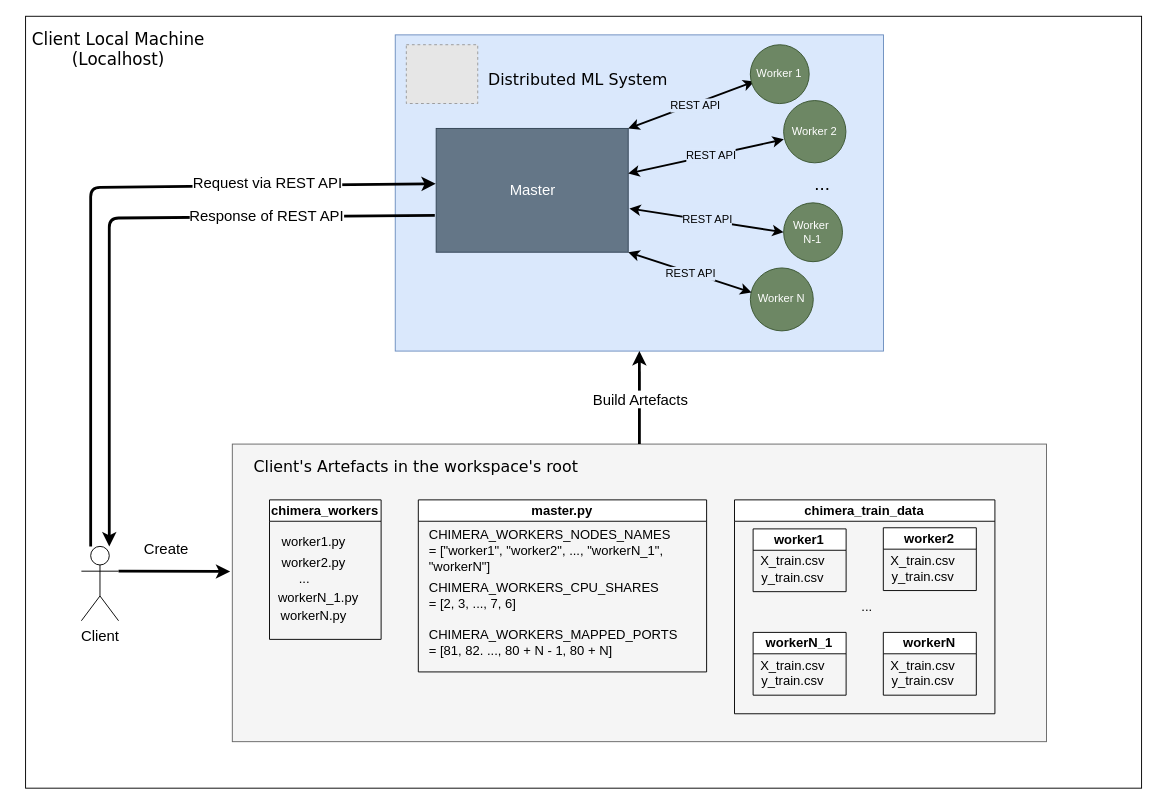
Earlier version of the draw.io diagram images/client/client_interactions.drawio (Samirnunes/chimera). Source tidied: cells renumbered, new cells numbered last; positions are measured from the earlier drawing's top-left corner, leaving out a move shared by most shapes. Both pictures are drawn from the tidied source at 93%, with x=0, y=0 at pixel (16, 16). Pictures stored in the file or linked from it are replaced by grey dashed boxes.
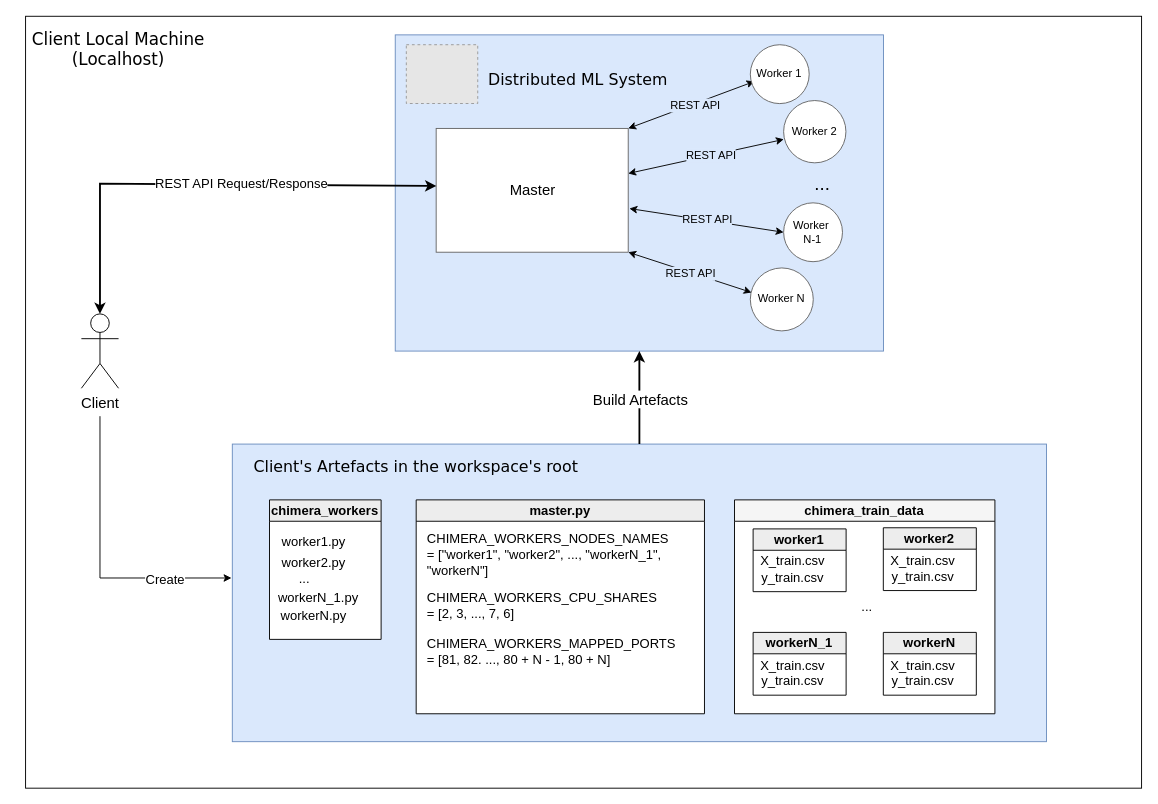
Above is the later version.

Unchanged cells that the change refers to:
```xml
<mxCell id="8" style="rounded=0;whiteSpace=wrap;html=1;fillColor=#dae8fc;strokeColor=#6c8ebf;" parent="7" vertex="1">
  <mxGeometry width="525" height="340" as="geometry" />
</mxCell>
<mxCell id="9" style="group;" parent="7" vertex="1">
  <mxGeometry x="11.9" y="10.6" width="489.2" height="308.1" as="geometry" />
</mxCell>
```

What changed in the source:
```diff
@@
-    <mxCell id="2" style="rounded=0;whiteSpace=wrap;html=1;" parent="1" vertex="1">
+    <mxCell id="2" style="rounded=0;whiteSpace=wrap;html=1;fillColor=light-dark(#ffffff, #212121);" parent="1" vertex="1">
       <mxGeometry x="10" width="1200" height="830" as="geometry" />
     </mxCell>
-    <mxCell id="3" style="rounded=0;whiteSpace=wrap;html=1;fillColor=#f5f5f5;strokeColor=#666666;fontColor=#333333;" parent="1" vertex="1">
+    <mxCell id="3" style="rounded=0;whiteSpace=wrap;html=1;fillColor=#dae8fc;strokeColor=#6c8ebf;" parent="1" vertex="1">
       <mxGeometry x="232.3" y="460" width="875.5" height="320" as="geometry" />
     </mxCell>
     <mxCell id="4" value="&lt;font style=&quot;font-size: 16px;&quot;&gt;Client&lt;/font&gt;" style="shape=umlActor;verticalLabelPosition=bottom;verticalAlign=top;html=1;outlineConnect=0;" parent="1" vertex="1">
-      <mxGeometry x="70" y="570" width="40" height="80" as="geometry" />
+      <mxGeometry x="70" y="320" width="40" height="80" as="geometry" />
     </mxCell>
@@
-    <mxCell id="10" value="&lt;font style=&quot;color: rgb(255, 255, 255); font-size: 16px;&quot;&gt;Master&lt;/font&gt;" style="rounded=0;whiteSpace=wrap;html=1;fillColor=#647687;strokeColor=#314354;fontColor=#ffffff;" parent="9" vertex="1">
+    <mxCell id="10" value="&lt;font style=&quot;font-size: 16px; color: rgb(0, 0, 0);&quot;&gt;Master&lt;/font&gt;" style="rounded=0;whiteSpace=wrap;html=1;fillColor=#FFFFFF;strokeColor=#666666;fontColor=#333333;" parent="9" vertex="1">
       <mxGeometry x="32.1" y="90" width="206.5" height="133.1" as="geometry" />
     </mxCell>
-    <mxCell id="11" style="endArrow=classic;startArrow=classic;html=1;exitX=1;exitY=0;exitDx=0;exitDy=0;entryX=0.07;entryY=0.623;entryDx=0;entryDy=0;entryPerimeter=0;strokeWidth=2;" parent="9" edge="1" source="10" target="13">
+    <mxCell id="11" style="endArrow=classic;startArrow=classic;html=1;exitX=1;exitY=0;exitDx=0;exitDy=0;entryX=0.07;entryY=0.623;entryDx=0;entryDy=0;entryPerimeter=0;strokeWidth=1;" parent="9" edge="1" source="10" target="13">
       <mxGeometry relative="1" as="geometry" />
     </mxCell>
@@
-    <mxCell id="13" value="&lt;font style=&quot;color: rgb(255, 255, 255);&quot;&gt;Worker 1&lt;/font&gt;" style="ellipse;whiteSpace=wrap;html=1;fillColor=#6d8764;strokeColor=#3A5431;fontColor=#ffffff;" parent="9" vertex="1">
+    <mxCell id="13" value="&lt;font style=&quot;color: rgb(0, 0, 0);&quot;&gt;Worker 1&lt;/font&gt;" style="ellipse;whiteSpace=wrap;html=1;fillColor=light-dark(#ffffff, #1a1a1a);fontColor=#333333;strokeColor=#666666;" parent="9" vertex="1">
       <mxGeometry x="369.9" width="63.3" height="63.3" as="geometry" />
     </mxCell>
-    <mxCell id="14" value="&lt;span style=&quot;&quot;&gt;&lt;font style=&quot;color: rgb(255, 255, 255);&quot;&gt;Worker 2&lt;/font&gt;&lt;/span&gt;" style="ellipse;whiteSpace=wrap;html=1;fillColor=#6d8764;strokeColor=#3A5431;fontColor=#ffffff;" parent="9" vertex="1">
+    <mxCell id="14" value="&lt;span style=&quot;&quot;&gt;&lt;font style=&quot;color: rgb(0, 0, 0);&quot;&gt;Worker 2&lt;/font&gt;&lt;/span&gt;" style="ellipse;whiteSpace=wrap;html=1;fillColor=light-dark(#ffffff, #1a1a1a);fontColor=#333333;strokeColor=#666666;" parent="9" vertex="1">
       <mxGeometry x="405.7" y="60" width="67" height="67" as="geometry" />
     </mxCell>
-    <mxCell id="15" value="&lt;span style=&quot;&quot;&gt;&lt;font style=&quot;color: rgb(255, 255, 255);&quot;&gt;Worker&amp;nbsp;&lt;/font&gt;&lt;/span&gt;&lt;div&gt;&lt;span style=&quot;&quot;&gt;&lt;font style=&quot;color: rgb(255, 255, 255);&quot;&gt;N-1&lt;/font&gt;&lt;/span&gt;&lt;/div&gt;" style="ellipse;whiteSpace=wrap;html=1;fillColor=#6d8764;strokeColor=#3A5431;fontColor=#ffffff;" parent="9" vertex="1">
+    <mxCell id="15" value="&lt;span style=&quot;&quot;&gt;&lt;font style=&quot;color: rgb(0, 0, 0);&quot;&gt;Worker&amp;nbsp;&lt;/font&gt;&lt;/span&gt;&lt;div&gt;&lt;span style=&quot;&quot;&gt;&lt;font style=&quot;color: rgb(0, 0, 0);&quot;&gt;N-1&lt;/font&gt;&lt;/span&gt;&lt;/div&gt;" style="ellipse;whiteSpace=wrap;html=1;fillColor=light-dark(#ffffff, #1a1a1a);fontColor=#333333;strokeColor=#666666;" parent="9" vertex="1">
       <mxGeometry x="405.7" y="170" width="63.3" height="63.3" as="geometry" />
     </mxCell>
-    <mxCell id="16" value="&lt;span style=&quot;&quot;&gt;&lt;font style=&quot;color: rgb(255, 255, 255);&quot;&gt;Worker N&lt;/font&gt;&lt;/span&gt;" style="ellipse;whiteSpace=wrap;html=1;fillColor=#6d8764;strokeColor=#3A5431;fontColor=#ffffff;" parent="9" vertex="1">
+    <mxCell id="16" value="&lt;span style=&quot;&quot;&gt;&lt;font style=&quot;color: rgb(0, 0, 0);&quot;&gt;Worker N&lt;/font&gt;&lt;/span&gt;" style="ellipse;whiteSpace=wrap;html=1;fillColor=light-dark(#ffffff, #1a1a1a);fontColor=#333333;strokeColor=#666666;" parent="9" vertex="1">
       <mxGeometry x="369.9" y="240" width="67.7" height="67.7" as="geometry" />
     </mxCell>
@@
-    <mxCell id="18" style="endArrow=classic;startArrow=classic;html=1;exitX=1;exitY=0.364;exitDx=0;exitDy=0;exitPerimeter=0;entryX=0.003;entryY=0.623;entryDx=0;entryDy=0;entryPerimeter=0;strokeWidth=2;" parent="9" edge="1" source="10" target="14">
+    <mxCell id="18" style="endArrow=classic;startArrow=classic;html=1;exitX=1;exitY=0.364;exitDx=0;exitDy=0;exitPerimeter=0;entryX=0.003;entryY=0.623;entryDx=0;entryDy=0;entryPerimeter=0;strokeWidth=1;" parent="9" edge="1" source="10" target="14">
       <mxGeometry relative="1" as="geometry" />
     </mxCell>
@@
-    <mxCell id="20" style="endArrow=classic;startArrow=classic;html=1;exitX=1.006;exitY=0.647;exitDx=0;exitDy=0;exitPerimeter=0;entryX=0;entryY=0.5;entryDx=0;entryDy=0;strokeWidth=2;" parent="9" edge="1" source="10" target="15">
+    <mxCell id="20" style="endArrow=classic;startArrow=classic;html=1;exitX=1.006;exitY=0.647;exitDx=0;exitDy=0;exitPerimeter=0;entryX=0;entryY=0.5;entryDx=0;entryDy=0;strokeWidth=1;" parent="9" edge="1" source="10" target="15">
       <mxGeometry relative="1" as="geometry" />
     </mxCell>
@@
-    <mxCell id="22" style="endArrow=classic;startArrow=classic;html=1;exitX=1;exitY=1;exitDx=0;exitDy=0;entryX=0.02;entryY=0.39;entryDx=0;entryDy=0;entryPerimeter=0;strokeWidth=2;" parent="9" edge="1" source="10" target="16">
+    <mxCell id="22" style="endArrow=classic;startArrow=classic;html=1;exitX=1;exitY=1;exitDx=0;exitDy=0;entryX=0.02;entryY=0.39;entryDx=0;entryDy=0;entryPerimeter=0;strokeWidth=1;" parent="9" edge="1" source="10" target="16">
       <mxGeometry relative="1" as="geometry" />
     </mxCell>
@@
-    <mxCell id="26" style="group;fontSize=14;" parent="1" vertex="1">
+    <mxCell id="26" style="group;fontSize=14;fillColor=light-dark(#ffffff, #212121);" parent="1" vertex="1">
       <mxGeometry x="272.3" y="520" width="120" height="150" as="geometry" />
     </mxCell>
-    <mxCell id="27" value="chimera_workers" style="swimlane;whiteSpace=wrap;html=1;fontSize=14;" parent="26" vertex="1">
+    <mxCell id="27" value="chimera_workers" style="swimlane;whiteSpace=wrap;html=1;fontSize=14;fillColor=#EDEDED;" parent="26" vertex="1">
       <mxGeometry width="120" height="150" as="geometry" />
     </mxCell>
@@
-    <mxCell id="33" style="group;fontSize=14;" parent="1" vertex="1">
-      <mxGeometry x="432.3" y="520" width="310" height="185" as="geometry" />
+    <mxCell id="33" style="group;fontSize=14;fillColor=light-dark(#ffffff, #212121);" parent="1" vertex="1">
+      <mxGeometry x="430" y="520" width="310" height="230" as="geometry" />
     </mxCell>
-    <mxCell id="34" value="master.py" style="swimlane;whiteSpace=wrap;html=1;fontSize=14;" parent="33" vertex="1">
-      <mxGeometry width="310" height="185" as="geometry" />
+    <mxCell id="34" value="master.py" style="swimlane;whiteSpace=wrap;html=1;fontSize=14;fillColor=#EDEDED;" parent="33" vertex="1">
+      <mxGeometry width="310" height="230" as="geometry" />
     </mxCell>
     <mxCell id="35" value="&lt;font&gt;CHIMERA_WORKERS_NODES_NAMES&lt;/font&gt;&lt;div&gt;&lt;font&gt;=&amp;nbsp;[&quot;worker1&quot;, &quot;worker2&quot;, ..., &quot;workerN_1&quot;, &quot;workerN&quot;]&lt;/font&gt;&lt;/div&gt;" style="text;html=1;align=left;verticalAlign=middle;whiteSpace=wrap;rounded=0;fontSize=14;" parent="34" vertex="1">
-      <mxGeometry x="10" y="40" width="280" height="30" as="geometry" />
+      <mxGeometry x="10" y="40" width="280" height="37.3" as="geometry" />
     </mxCell>
     <mxCell id="36" value="CHIMERA_WORKERS_MAPPED_PORTS&#10;= [81, 82. ..., 80 + N - 1, 80 + N]" style="text;whiteSpace=wrap;fontSize=14;" parent="34" vertex="1">
-      <mxGeometry x="10" y="130" width="260" height="40" as="geometry" />
+      <mxGeometry x="10" y="140" width="260" height="49.7" as="geometry" />
     </mxCell>
     <mxCell id="37" value="CHIMERA_WORKERS_CPU_SHARES &#10;= [2, 3, ..., 7, 6]" style="text;whiteSpace=wrap;fontSize=14;" parent="33" vertex="1">
-      <mxGeometry x="10" y="80" width="250" height="40" as="geometry" />
+      <mxGeometry x="10" y="90.1" width="250" height="49.7" as="geometry" />
     </mxCell>
-    <mxCell id="38" style="group;fontSize=14;" parent="1" vertex="1">
+    <mxCell id="38" style="group;fontSize=14;fillColor=default;" parent="1" vertex="1">
       <mxGeometry x="772.3" y="520" width="280" height="230" as="geometry" />
     </mxCell>
-    <mxCell id="39" value="chimera_train_data" style="swimlane;whiteSpace=wrap;html=1;fontSize=14;" parent="38" vertex="1">
+    <mxCell id="39" value="chimera_train_data" style="swimlane;whiteSpace=wrap;html=1;fontSize=14;fillColor=light-dark(#f5f5f5, #212121);" parent="38" vertex="1">
       <mxGeometry width="280" height="230" as="geometry" />
     </mxCell>
@@
-    <mxCell id="41" value="worker2" style="swimlane;whiteSpace=wrap;html=1;startSize=23;fontSize=14;" parent="38" vertex="1">
+    <mxCell id="41" value="worker2" style="swimlane;whiteSpace=wrap;html=1;startSize=23;fontSize=14;fillColor=#EDEDED;" parent="38" vertex="1">
       <mxGeometry x="160" y="30" width="100" height="67.5" as="geometry" />
     </mxCell>
-    <mxCell id="42" value="workerN_1" style="swimlane;whiteSpace=wrap;html=1;startSize=23;fontSize=14;" parent="38" vertex="1">
+    <mxCell id="42" value="workerN_1" style="swimlane;whiteSpace=wrap;html=1;startSize=23;fontSize=14;fillColor=#EDEDED;" parent="38" vertex="1">
       <mxGeometry x="20" y="142.5" width="100" height="67.5" as="geometry" />
     </mxCell>
-    <mxCell id="43" value="workerN" style="swimlane;whiteSpace=wrap;html=1;startSize=23;fontSize=14;" parent="38" vertex="1">
+    <mxCell id="43" value="workerN" style="swimlane;whiteSpace=wrap;html=1;startSize=23;fontSize=14;fillColor=#EDEDED;" parent="38" vertex="1">
       <mxGeometry x="160" y="142.5" width="100" height="67.5" as="geometry" />
     </mxCell>
-    <mxCell id="44" value="worker1" style="swimlane;whiteSpace=wrap;html=1;startSize=23;fontSize=14;" parent="38" vertex="1">
+    <mxCell id="44" value="worker1" style="swimlane;whiteSpace=wrap;html=1;startSize=23;fontSize=14;fillColor=#EDEDED;" parent="38" vertex="1">
       <mxGeometry x="20" y="31.2" width="100" height="67.5" as="geometry" />
     </mxCell>
@@
-    <mxCell id="53" style="endArrow=classic;html=1;exitX=0.5;exitY=0;exitDx=0;exitDy=0;entryX=0.5;entryY=1;entryDx=0;entryDy=0;strokeWidth=3;" parent="1" edge="1" source="3" target="8">
+    <mxCell id="53" style="endArrow=classic;html=1;exitX=0.5;exitY=0;exitDx=0;exitDy=0;entryX=0.5;entryY=1;entryDx=0;entryDy=0;strokeWidth=2;" parent="1" edge="1" source="3" target="8">
       <mxGeometry relative="1" as="geometry" />
     </mxCell>
@@
-    <mxCell id="55" style="endArrow=classic;html=1;exitX=1;exitY=0.3333333333333333;exitDx=0;exitDy=0;exitPerimeter=0;strokeWidth=3;" parent="1" edge="1" source="4">
-      <mxGeometry relative="1" as="geometry">
-        <mxPoint x="230" y="597" as="targetPoint" />
-      </mxGeometry>
-    </mxCell>
-    <mxCell id="56" value="&lt;span&gt;&lt;font style=&quot;font-size: 16px;&quot;&gt;Create&lt;/font&gt;&lt;/span&gt;" style="edgeLabel;html=1;align=center;verticalAlign=middle;labelBackgroundColor=light-dark(#ffffff, #212121);fontSize=14;" parent="55" vertex="1">
-      <mxGeometry x="-0.19" y="-1" relative="1" as="geometry">
-        <mxPoint x="2" y="-25" as="offset" />
-      </mxGeometry>
-    </mxCell>
-    <mxCell id="57" style="endArrow=classic;html=1;strokeWidth=3;" parent="1" edge="1">
+    <mxCell id="57" style="endArrow=classic;html=1;strokeWidth=2;entryX=0.001;entryY=0.465;entryDx=0;entryDy=0;entryPerimeter=0;exitX=0.5;exitY=0;exitDx=0;exitDy=0;exitPerimeter=0;endFill=1;rounded=0;curved=0;startArrow=classic;startFill=1;" parent="1" edge="1" source="4" target="10">
       <mxGeometry relative="1" as="geometry">
-        <mxPoint x="80" y="570" as="sourcePoint" />
-        <mxPoint x="451" y="180" as="targetPoint" />
         <Array as="points">
-          <mxPoint x="80" y="184" />
+          <mxPoint x="90" y="180" />
         </Array>
       </mxGeometry>
     </mxCell>
-    <mxCell id="58" value="&lt;span style=&quot;color: rgb(0, 0, 0);&quot;&gt;&lt;font style=&quot;font-size: 16px;&quot;&gt;Request via REST API&lt;/font&gt;&lt;/span&gt;" style="edgeLabel;html=1;align=center;verticalAlign=middle;labelBackgroundColor=light-dark(#ffffff, #212121);" parent="57" vertex="1">
+    <mxCell id="58" value="&lt;span style=&quot;color: rgb(0, 0, 0);&quot;&gt;&lt;font style=&quot;font-size: 14px;&quot;&gt;REST API Request/Response&lt;/font&gt;&lt;/span&gt;" style="edgeLabel;html=1;align=center;verticalAlign=middle;labelBackgroundColor=light-dark(#ffffff, #212121);" parent="57" vertex="1">
       <mxGeometry x="0.46" y="2" relative="1" as="geometry">
-        <mxPoint x="23" y="-2" as="offset" />
+        <mxPoint x="-75" as="offset" />
       </mxGeometry>
     </mxCell>
-    <mxCell id="59" style="endArrow=classic;html=1;exitX=-0.007;exitY=0.702;exitDx=0;exitDy=0;exitPerimeter=0;strokeWidth=3;" parent="1" edge="1" source="10">
-      <mxGeometry relative="1" as="geometry">
-        <mxPoint x="100" y="570" as="targetPoint" />
-        <Array as="points">
-          <mxPoint x="100" y="217" />
-        </Array>
-      </mxGeometry>
-    </mxCell>
-    <mxCell id="60" value="&lt;font style=&quot;font-size: 16px;&quot;&gt;Response of REST API&lt;/font&gt;" style="edgeLabel;html=1;align=center;verticalAlign=middle;labelBackgroundColor=light-dark(#ffffff, #212121);" parent="59" vertex="1">
-      <mxGeometry x="-0.36" y="3" relative="1" as="geometry">
-        <mxPoint x="43" y="-4" as="offset" />
-      </mxGeometry>
-    </mxCell>
+    <mxCell id="61" style="endArrow=classic;html=1;entryX=-0.001;entryY=0.45;entryDx=0;entryDy=0;entryPerimeter=0;rounded=0;curved=0;" parent="1" edge="1" target="3">
+      <mxGeometry relative="1" as="geometry">
+        <mxPoint x="90" y="430" as="sourcePoint" />
+        <Array as="points">
+          <mxPoint x="90" y="604" />
+        </Array>
+      </mxGeometry>
+    </mxCell>
+    <mxCell id="56" value="&lt;font style=&quot;font-size: 14px;&quot;&gt;Create&lt;/font&gt;" style="edgeLabel;html=1;align=center;verticalAlign=middle;" parent="61" vertex="1">
+      <mxGeometry x="0.54" y="-1" relative="1" as="geometry" />
+    </mxCell>
```
